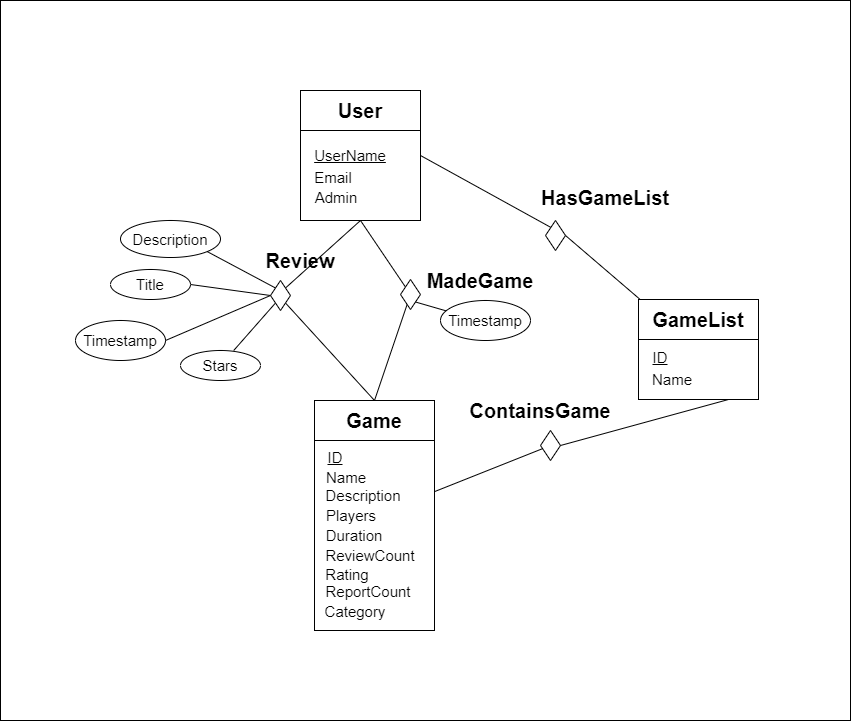
This is backend/databaseModel/model.png from G-dubbbz/bryt-isen, a draw.io export, as it was before one commit. Source tidied: cells renumbered, new cells last; positions are measured from the earlier drawing's top-left corner, leaving out a move shared by most shapes.
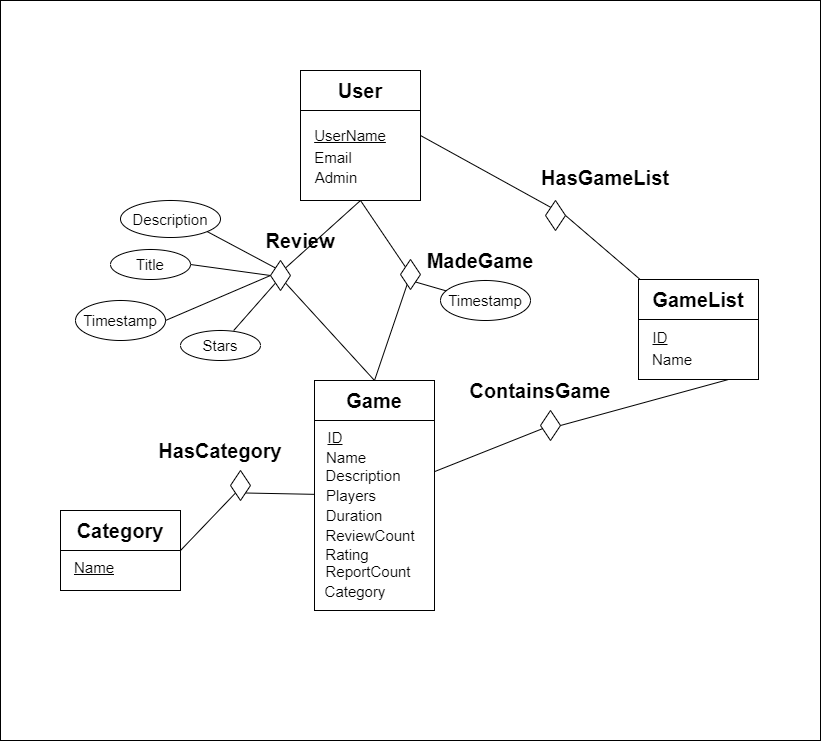
After the commit.

The edit, as a diff of the source:
```diff
@@ -2,9 +2,9 @@
   <root>
     <mxCell id="0" />
     <mxCell id="1" parent="0" />
-    <mxCell id="2" style="rounded=0;whiteSpace=wrap;html=1;strokeColor=default;fontSize=15;fillColor=default;gradientColor=none;" parent="1" vertex="1">
-      <mxGeometry width="850" height="720" as="geometry" />
-    </mxCell>
+    <mxCell id="62" style="rounded=0;whiteSpace=wrap;html=1;strokeColor=#000000;fontSize=15;fontColor=#000000;fillColor=default;gradientColor=none;" parent="1" vertex="1">
+      <mxGeometry y="20" width="820" height="740" as="geometry" />
+    </mxCell>
     <mxCell id="3" style="edgeStyle=none;html=1;" parent="1" edge="1" source="7">
       <mxGeometry relative="1" as="geometry">
         <mxPoint x="360" y="180" as="targetPoint" />
@@ -184,5 +184,29 @@
     <mxCell id="61" value="Stars" style="text;html=1;strokeColor=none;fillColor=none;align=center;verticalAlign=middle;whiteSpace=wrap;rounded=0;fontSize=15;" parent="59" vertex="1">
       <mxGeometry x="10" width="60" height="30" as="geometry" />
     </mxCell>
+    <mxCell id="63" style="group;" parent="1" vertex="1">
+      <mxGeometry x="70" y="507" width="128" height="100" as="geometry" />
+    </mxCell>
+    <mxCell id="64" style="whiteSpace=wrap;html=1;" parent="63" vertex="1">
+      <mxGeometry x="-10" y="23" width="120" height="80" as="geometry" />
+    </mxCell>
+    <mxCell id="65" value="Category" style="text;html=1;strokeColor=default;fillColor=none;align=center;verticalAlign=middle;whiteSpace=wrap;rounded=0;fontSize=20;fontStyle=1;" parent="63" vertex="1">
+      <mxGeometry x="-10" y="23" width="120" height="40" as="geometry" />
+    </mxCell>
+    <mxCell id="66" value="Name" style="text;html=1;strokeColor=none;fillColor=none;align=center;verticalAlign=middle;whiteSpace=wrap;rounded=0;fontSize=15;fontStyle=4;" parent="63" vertex="1">
+      <mxGeometry x="-6" y="65" width="60" height="30" as="geometry" />
+    </mxCell>
+    <mxCell id="67" style="rhombus;whiteSpace=wrap;html=1;strokeColor=default;fontSize=15;" parent="1" vertex="1">
+      <mxGeometry x="230" y="490" width="20" height="30" as="geometry" />
+    </mxCell>
+    <mxCell id="68" style="edgeStyle=none;html=1;exitX=1;exitY=1;exitDx=0;exitDy=0;entryX=0;entryY=1;entryDx=0;entryDy=0;strokeColor=default;fontSize=15;fontColor=default;endArrow=none;endFill=0;" parent="1" edge="1" source="65" target="67">
+      <mxGeometry relative="1" as="geometry" />
+    </mxCell>
+    <mxCell id="69" style="edgeStyle=none;html=1;entryX=1;entryY=1;entryDx=0;entryDy=0;strokeColor=default;fontSize=15;fontColor=default;endArrow=none;endFill=0;" parent="1" edge="1" source="48" target="67">
+      <mxGeometry relative="1" as="geometry" />
+    </mxCell>
+    <mxCell id="70" value="HasCategory" style="text;html=1;strokeColor=none;fillColor=none;align=center;verticalAlign=middle;whiteSpace=wrap;rounded=0;fontSize=20;fontStyle=1;" parent="1" vertex="1">
+      <mxGeometry x="160" y="450" width="120" height="40" as="geometry" />
+    </mxCell>
   </root>
 </mxGraphModel>
```
